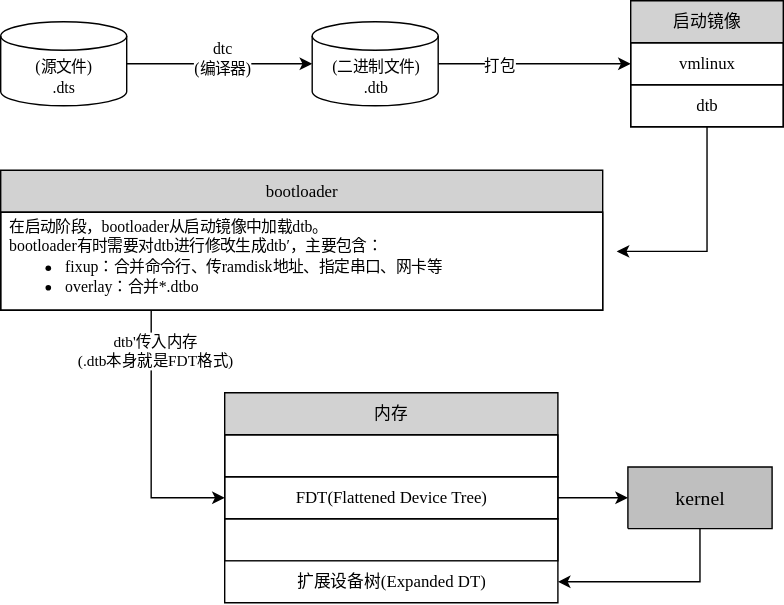
Above: Linux内核原理及其开发/Resources/设备树生命周期.drawio.svg in h13-0/Notebooks (draw.io), before the change. Source tidied: cells renumbered, new cells last; positions are measured from the earlier drawing's top-left corner, leaving out a move shared by most shapes.
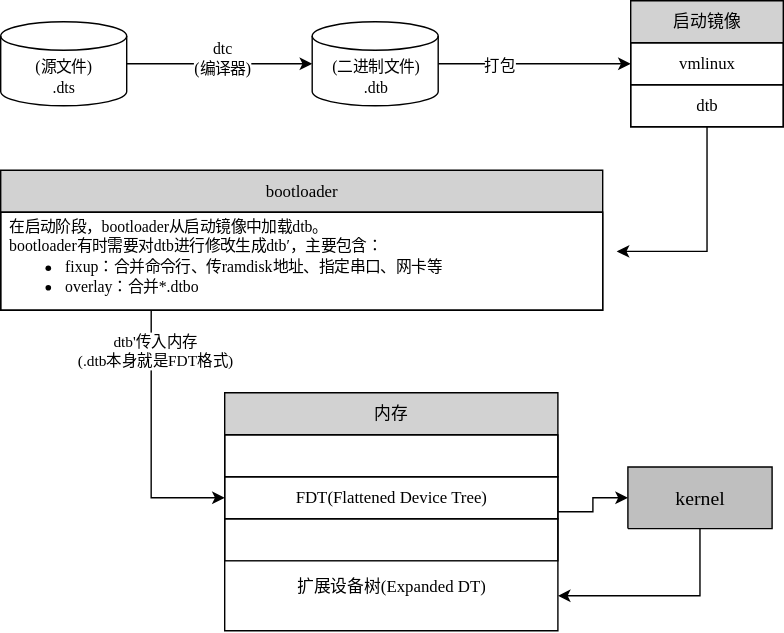
Above is the later version.

Diff of the diagram source:
```diff
@@ -76,7 +76,7 @@
       <mxGeometry relative="1" as="geometry" />
     </mxCell>
     <mxCell id="22" value="&lt;font face=&quot;思源等宽&quot;&gt;内存&lt;/font&gt;" style="swimlane;fontStyle=0;horizontal=1;startSize=30;whiteSpace=wrap;html=1;fillColor=#D2D2D2;" parent="1" vertex="1">
-      <mxGeometry x="160" y="280" width="238" height="150" as="geometry" />
+      <mxGeometry x="160" y="280" width="238" height="170" as="geometry" />
     </mxCell>
     <mxCell id="23" style="text;strokeColor=default;fillColor=none;align=center;verticalAlign=middle;spacingLeft=4;spacingRight=4;overflow=hidden;whiteSpace=wrap;html=1;" parent="22" vertex="1">
       <mxGeometry y="30" width="238" height="30" as="geometry" />
@@ -87,8 +87,8 @@
     <mxCell id="25" style="text;strokeColor=default;fillColor=none;align=left;verticalAlign=middle;spacingLeft=4;spacingRight=4;overflow=hidden;whiteSpace=wrap;html=1;" parent="22" vertex="1">
       <mxGeometry y="90" width="238" height="30" as="geometry" />
     </mxCell>
-    <mxCell id="26" value="&lt;font face=&quot;思源等宽&quot;&gt;扩展设备树(Expanded DT)&lt;/font&gt;" style="text;strokeColor=none;fillColor=none;align=center;verticalAlign=middle;spacingLeft=4;spacingRight=4;overflow=hidden;points=[[0,0.5],[1,0.5]];portConstraint=eastwest;whiteSpace=wrap;html=1;" parent="22" vertex="1">
-      <mxGeometry y="120" width="238" height="30" as="geometry" />
+    <mxCell id="26" value="&lt;font face=&quot;思源等宽&quot;&gt;扩展设备树(Expanded DT)&lt;/font&gt;&lt;div&gt;&lt;font face=&quot;思源等宽&quot;&gt;&lt;br&gt;&lt;/font&gt;&lt;/div&gt;" style="text;strokeColor=none;fillColor=none;align=center;verticalAlign=middle;spacingLeft=4;spacingRight=4;overflow=hidden;points=[[0,0.5],[1,0.5]];portConstraint=eastwest;whiteSpace=wrap;html=1;" parent="22" vertex="1">
+      <mxGeometry y="120" width="238" height="50" as="geometry" />
     </mxCell>
   </root>
 </mxGraphModel>
```
